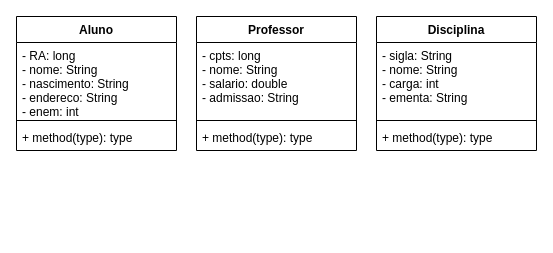
The draw.io diagram page "15/08 - ATV01" (1 of 2) of prog_objetos/diagramas/Programação à Objetos.drawio in GuiSilva77/fatec_aulas_prog, before the edit. Source tidied: cells renumbered, new cells numbered last; positions are measured from the earlier drawing's top-left corner, leaving out a move shared by most shapes. Both pictures are drawn from the tidied source at 100%, with x=0, y=0 at pixel (16, 16).
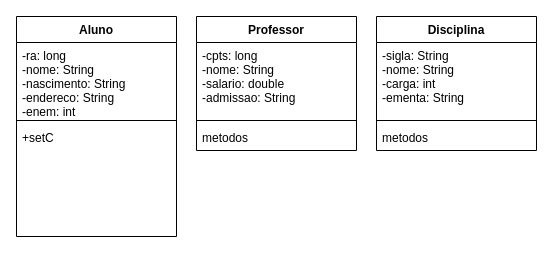
After the change.

The edit, as a diff of the source:
```diff
@@
 <mxGraphModel>
   <root>
     <mxCell id="0" />
     <mxCell id="1" parent="0" />
     <mxCell id="2" value="Aluno" style="swimlane;fontStyle=1;align=center;verticalAlign=top;horizontal=1;startSize=26;" parent="1" vertex="1">
-      <mxGeometry width="160" height="134" as="geometry" />
+      <mxGeometry width="160" height="220" as="geometry" />
     </mxCell>
-    <mxCell id="3" value="- RA: long&#10;- nome: String&#10;- nascimento: String&#10;- endereco: String&#10;- enem: int" style="text;strokeColor=none;fillColor=none;align=left;verticalAlign=top;spacingLeft=4;spacingRight=4;overflow=hidden;" parent="2" vertex="1">
+    <mxCell id="3" value="-ra: long&#10;-nome: String&#10;-nascimento: String&#10;-endereco: String&#10;-enem: int" style="text;strokeColor=none;fillColor=none;align=left;verticalAlign=top;spacingLeft=4;spacingRight=4;overflow=hidden;" parent="2" vertex="1">
       <mxGeometry y="26" width="160" height="74" as="geometry" />
     </mxCell>
     <mxCell id="4" style="line;strokeWidth=1;fillColor=none;align=left;verticalAlign=middle;spacingTop=-1;spacingLeft=3;spacingRight=3;labelPosition=right;" parent="2" vertex="1">
       <mxGeometry y="100" width="160" height="8" as="geometry" />
     </mxCell>
-    <mxCell id="5" value="+ method(type): type" style="text;strokeColor=none;fillColor=none;align=left;verticalAlign=top;spacingLeft=4;spacingRight=4;overflow=hidden;" parent="2" vertex="1">
-      <mxGeometry y="108" width="160" height="26" as="geometry" />
+    <mxCell id="5" value="+setC" style="text;strokeColor=none;fillColor=none;align=left;verticalAlign=top;spacingLeft=4;spacingRight=4;overflow=hidden;" parent="2" vertex="1">
+      <mxGeometry y="108" width="160" height="112" as="geometry" />
     </mxCell>
     <mxCell id="6" value="Professor" style="swimlane;fontStyle=1;align=center;verticalAlign=top;horizontal=1;startSize=26;" parent="1" vertex="1">
       <mxGeometry x="180" width="160" height="134" as="geometry" />
     </mxCell>
-    <mxCell id="7" value="- cpts: long&#10;- nome: String&#10;- salario: double&#10;- admissao: String" style="text;strokeColor=none;fillColor=none;align=left;verticalAlign=top;spacingLeft=4;spacingRight=4;overflow=hidden;" parent="6" vertex="1">
+    <mxCell id="7" value="-cpts: long&#10;-nome: String&#10;-salario: double&#10;-admissao: String" style="text;strokeColor=none;fillColor=none;align=left;verticalAlign=top;spacingLeft=4;spacingRight=4;overflow=hidden;" parent="6" vertex="1">
       <mxGeometry y="26" width="160" height="74" as="geometry" />
     </mxCell>
     <mxCell id="8" style="line;strokeWidth=1;fillColor=none;align=left;verticalAlign=middle;spacingTop=-1;spacingLeft=3;spacingRight=3;labelPosition=right;" parent="6" vertex="1">
       <mxGeometry y="100" width="160" height="8" as="geometry" />
     </mxCell>
-    <mxCell id="9" value="+ method(type): type" style="text;strokeColor=none;fillColor=none;align=left;verticalAlign=top;spacingLeft=4;spacingRight=4;overflow=hidden;" parent="6" vertex="1">
+    <mxCell id="9" value="metodos" style="text;strokeColor=none;fillColor=none;align=left;verticalAlign=top;spacingLeft=4;spacingRight=4;overflow=hidden;" parent="6" vertex="1">
       <mxGeometry y="108" width="160" height="26" as="geometry" />
     </mxCell>
     <mxCell id="10" value="Disciplina&#10;" style="swimlane;fontStyle=1;align=center;verticalAlign=top;horizontal=1;startSize=26;" parent="1" vertex="1">
       <mxGeometry x="360" width="160" height="134" as="geometry" />
     </mxCell>
-    <mxCell id="11" value="- sigla: String&#10;- nome: String&#10;- carga: int&#10;- ementa: String" style="text;strokeColor=none;fillColor=none;align=left;verticalAlign=top;spacingLeft=4;spacingRight=4;overflow=hidden;" parent="10" vertex="1">
+    <mxCell id="11" value="-sigla: String&#10;-nome: String&#10;-carga: int&#10;-ementa: String" style="text;strokeColor=none;fillColor=none;align=left;verticalAlign=top;spacingLeft=4;spacingRight=4;overflow=hidden;" parent="10" vertex="1">
       <mxGeometry y="26" width="160" height="74" as="geometry" />
     </mxCell>
     <mxCell id="12" style="line;strokeWidth=1;fillColor=none;align=left;verticalAlign=middle;spacingTop=-1;spacingLeft=3;spacingRight=3;labelPosition=right;" parent="10" vertex="1">
       <mxGeometry y="100" width="160" height="8" as="geometry" />
     </mxCell>
-    <mxCell id="13" value="+ method(type): type" style="text;strokeColor=none;fillColor=none;align=left;verticalAlign=top;spacingLeft=4;spacingRight=4;overflow=hidden;" parent="10" vertex="1">
+    <mxCell id="13" value="metodos" style="text;strokeColor=none;fillColor=none;align=left;verticalAlign=top;spacingLeft=4;spacingRight=4;overflow=hidden;" parent="10" vertex="1">
       <mxGeometry y="108" width="160" height="26" as="geometry" />
     </mxCell>
   </root>
 </mxGraphModel>
```
